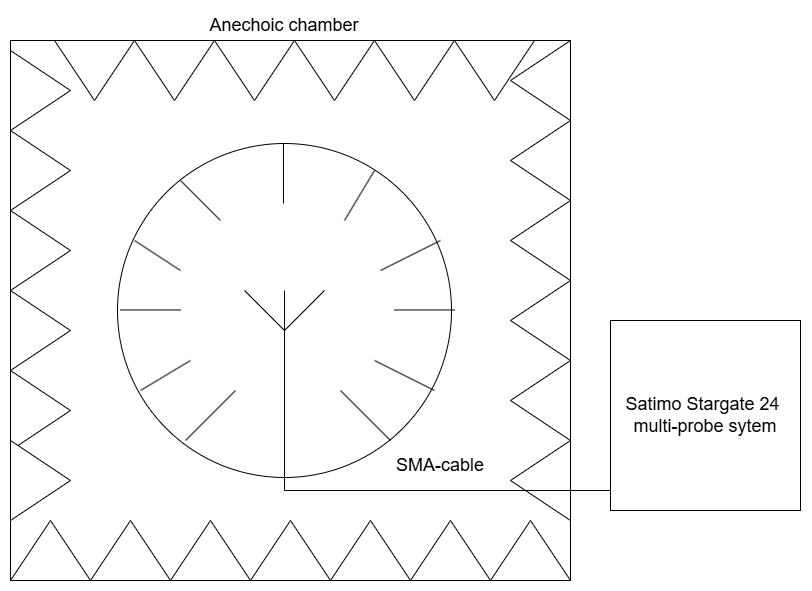
The draw.io diagram 04 Prototype udvikling/Antenne/Antenna 1/gain_testsetup.drawio.png in Scramtv/ESD_P5, before a commit. Source tidied: cells renumbered, new cells last; positions are measured from the earlier drawing's top-left corner, leaving out a move shared by most shapes.
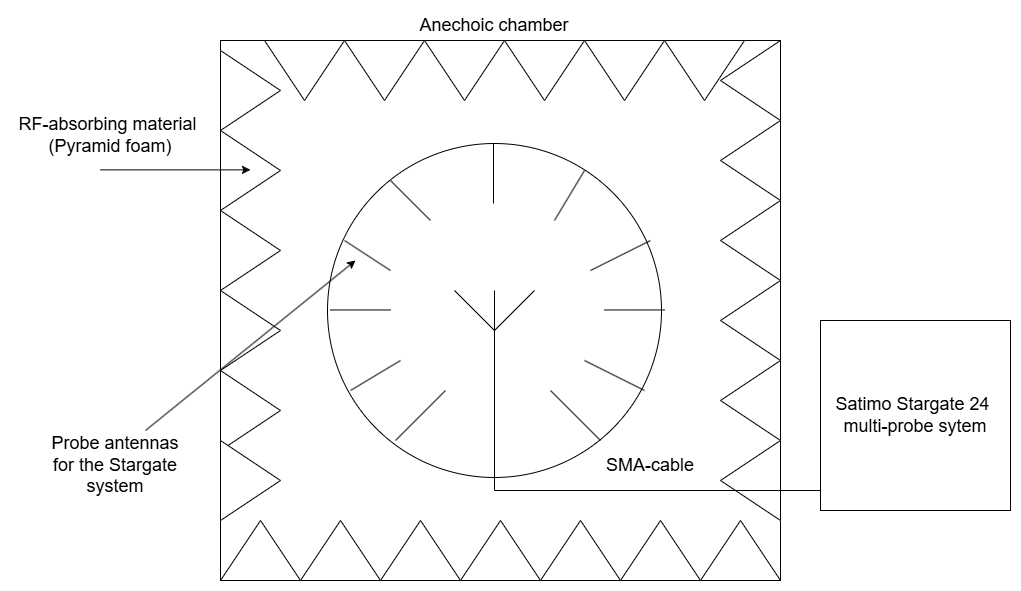
After the change.

Commit message:
pic of gain test setup and updated drawio gain test setup

Diff of the diagram source:
```diff
@@ -173,5 +173,23 @@
     <mxCell id="45" value="&lt;font style=&quot;font-size: 18px;&quot;&gt;SMA-cable&lt;/font&gt;" style="text;html=1;whiteSpace=wrap;strokeColor=none;fillColor=none;align=center;verticalAlign=middle;rounded=0;" parent="1" vertex="1">
       <mxGeometry x="370" y="440" width="120" height="30" as="geometry" />
     </mxCell>
+    <mxCell id="46" style="endArrow=classic;html=1;rounded=0;" parent="1" edge="1">
+      <mxGeometry relative="1" as="geometry">
+        <mxPoint x="-75" y="420" as="sourcePoint" />
+        <mxPoint x="135" y="250" as="targetPoint" />
+      </mxGeometry>
+    </mxCell>
+    <mxCell id="47" value="&lt;font style=&quot;font-size: 18px;&quot;&gt;Probe antennas for the Stargate system&lt;/font&gt;" style="text;html=1;whiteSpace=wrap;strokeColor=none;fillColor=none;align=center;verticalAlign=middle;rounded=0;" parent="1" vertex="1">
+      <mxGeometry x="-170" y="420" width="130" height="70" as="geometry" />
+    </mxCell>
+    <mxCell id="48" value="&lt;font style=&quot;font-size: 18px;&quot;&gt;RF-absorbing material&amp;nbsp; (Pyramid foam)&lt;/font&gt;" style="text;html=1;whiteSpace=wrap;strokeColor=none;fillColor=none;align=center;verticalAlign=middle;rounded=0;" parent="1" vertex="1">
+      <mxGeometry x="-210" y="110" width="200" height="30" as="geometry" />
+    </mxCell>
+    <mxCell id="49" style="endArrow=classic;html=1;rounded=0;" parent="1" edge="1">
+      <mxGeometry relative="1" as="geometry">
+        <mxPoint x="-120" y="159.4" as="sourcePoint" />
+        <mxPoint x="30" y="159.4" as="targetPoint" />
+      </mxGeometry>
+    </mxCell>
   </root>
 </mxGraphModel>
```
